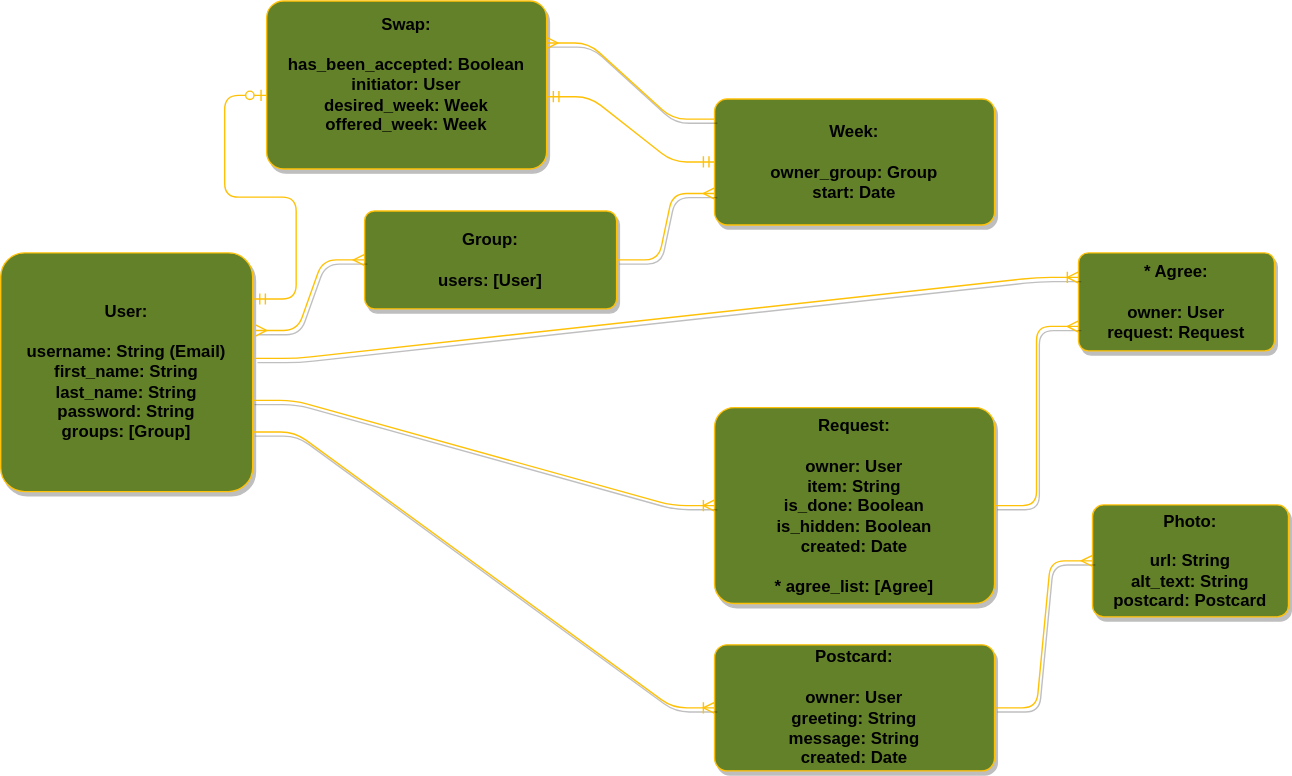
This is erd.svg from benhammondmusic/littlecabin, a draw.io export, as it was before one commit. Source tidied: cells renumbered, new cells last; positions are measured from the earlier drawing's top-left corner, leaving out a move shared by most shapes.
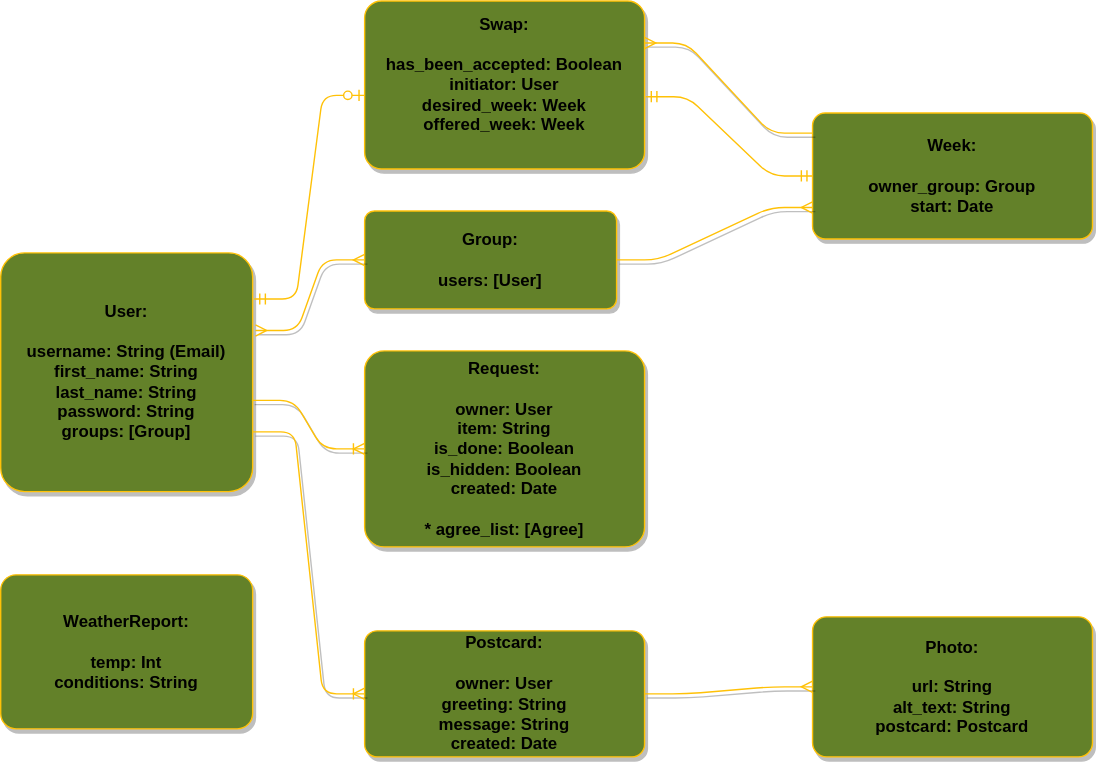
The same diagram one commit later.

What changed in the source:
```diff
@@ -6,13 +6,13 @@
       <mxGeometry y="180" width="180" height="170.5" as="geometry" />
     </mxCell>
     <mxCell id="3" value="&lt;b&gt;Week:&lt;br&gt;&lt;br&gt;owner_group: Group&amp;nbsp;&lt;br&gt;start: Date&lt;br&gt;&lt;/b&gt;" style="rounded=1;arcSize=10;whiteSpace=wrap;html=1;align=center;fillColor=#638129;strokeColor=#ffc107;shadow=1;" parent="1" vertex="1">
-      <mxGeometry x="510" y="70" width="200" height="90" as="geometry" />
+      <mxGeometry x="580" y="80" width="200" height="90" as="geometry" />
     </mxCell>
     <mxCell id="4" value="&lt;b&gt;Postcard:&lt;br&gt;&lt;br&gt;owner: User&lt;br&gt;greeting: String&lt;br&gt;message: String&lt;br&gt;created: Date&lt;/b&gt;" style="rounded=1;arcSize=10;whiteSpace=wrap;html=1;align=center;fillColor=#638129;strokeColor=#ffc107;shadow=1;" parent="1" vertex="1">
-      <mxGeometry x="510" y="460" width="200" height="90" as="geometry" />
+      <mxGeometry x="260" y="450" width="200" height="90" as="geometry" />
     </mxCell>
     <mxCell id="5" value="&lt;b&gt;Request:&lt;br&gt;&lt;br&gt;owner: User&lt;br&gt;item: String&lt;br&gt;is_done: Boolean&lt;br&gt;is_hidden: Boolean&lt;br&gt;created: Date&lt;br&gt;&lt;br&gt;* agree_list: [Agree]&lt;/b&gt;" style="rounded=1;arcSize=10;whiteSpace=wrap;html=1;align=center;fillColor=#638129;strokeColor=#ffc107;shadow=1;" parent="1" vertex="1">
-      <mxGeometry x="510" y="290.5" width="200" height="140" as="geometry" />
+      <mxGeometry x="260" y="250" width="200" height="140" as="geometry" />
     </mxCell>
     <mxCell id="6" style="edgeStyle=entityRelationEdgeStyle;fontSize=12;html=1;endArrow=ERoneToMany;exitX=0.997;exitY=0.618;exitDx=0;exitDy=0;entryX=0;entryY=0.5;entryDx=0;entryDy=0;fillColor=#638129;exitPerimeter=0;strokeColor=#ffc107;shadow=1;" parent="1" edge="1" source="2" target="5">
       <mxGeometry relative="1" as="geometry" />
@@ -20,18 +20,12 @@
     <mxCell id="7" style="edgeStyle=entityRelationEdgeStyle;fontSize=12;html=1;endArrow=ERoneToMany;entryX=0;entryY=0.5;entryDx=0;entryDy=0;exitX=1;exitY=0.75;exitDx=0;exitDy=0;fillColor=#638129;strokeColor=#ffc107;shadow=1;" parent="1" edge="1" source="2" target="4">
       <mxGeometry relative="1" as="geometry" />
     </mxCell>
-    <mxCell id="8" value="&lt;b&gt;* Agree:&lt;br&gt;&lt;br&gt;owner: User&lt;br&gt;request: Request&lt;/b&gt;" style="rounded=1;arcSize=10;whiteSpace=wrap;html=1;align=center;fillColor=#638129;strokeColor=#ffc107;shadow=1;" parent="1" vertex="1">
-      <mxGeometry x="770" y="180" width="140" height="70" as="geometry" />
+    <mxCell id="8" value="&lt;b&gt;WeatherReport:&lt;br&gt;&lt;br&gt;temp: Int&lt;br&gt;conditions: String&lt;/b&gt;" style="rounded=1;arcSize=10;whiteSpace=wrap;html=1;align=center;fillColor=#638129;strokeColor=#ffc107;shadow=1;" parent="1" vertex="1">
+      <mxGeometry y="410" width="180" height="110" as="geometry" />
     </mxCell>
-    <mxCell id="9" style="edgeStyle=entityRelationEdgeStyle;fontSize=12;html=1;endArrow=ERmany;entryX=0;entryY=0.75;entryDx=0;entryDy=0;exitX=1;exitY=0.5;exitDx=0;exitDy=0;fillColor=#638129;strokeColor=#ffc107;shadow=1;" parent="1" edge="1" source="5" target="8">
-      <mxGeometry relative="1" as="geometry" />
-    </mxCell>
     <mxCell id="10" value="&lt;b&gt;Photo:&lt;br&gt;&lt;br&gt;url: String&lt;br&gt;alt_text: String&lt;br&gt;&lt;/b&gt;&lt;b&gt;postcard: Postcard&lt;/b&gt;&lt;b&gt;&lt;br&gt;&lt;/b&gt;" style="rounded=1;arcSize=10;whiteSpace=wrap;html=1;align=center;fillColor=#638129;strokeColor=#ffc107;shadow=1;" parent="1" vertex="1">
-      <mxGeometry x="780" y="360" width="140" height="80" as="geometry" />
+      <mxGeometry x="580" y="440" width="200" height="100" as="geometry" />
     </mxCell>
-    <mxCell id="11" style="edgeStyle=entityRelationEdgeStyle;fontSize=12;html=1;endArrow=ERoneToMany;exitX=1.008;exitY=0.442;exitDx=0;exitDy=0;exitPerimeter=0;entryX=0;entryY=0.25;entryDx=0;entryDy=0;fillColor=#638129;strokeColor=#ffc107;shadow=1;" parent="1" edge="1" source="2" target="8">
-      <mxGeometry relative="1" as="geometry" />
-    </mxCell>
     <mxCell id="12" style="edgeStyle=entityRelationEdgeStyle;fontSize=12;html=1;endArrow=ERmany;entryX=0;entryY=0.5;entryDx=0;entryDy=0;fillColor=#638129;strokeColor=#ffc107;shadow=1;exitX=1;exitY=0.5;exitDx=0;exitDy=0;" parent="1" edge="1" source="4" target="10">
       <mxGeometry relative="1" as="geometry" />
     </mxCell>
@@ -45,7 +39,7 @@
       <mxGeometry relative="1" as="geometry" />
     </mxCell>
     <mxCell id="16" value="&lt;b&gt;Swap:&lt;br&gt;&lt;br&gt;has_been_accepted: Boolean&lt;br&gt;initiator: User&lt;br&gt;desired_week: Week&lt;br&gt;offered_week: Week&lt;br&gt;&lt;br&gt;&lt;/b&gt;" style="rounded=1;arcSize=10;whiteSpace=wrap;html=1;align=center;fillColor=#638129;strokeColor=#ffc107;shadow=1;" parent="1" vertex="1">
-      <mxGeometry x="190" width="200" height="120" as="geometry" />
+      <mxGeometry x="260" width="200" height="120" as="geometry" />
     </mxCell>
     <mxCell id="17" style="edgeStyle=entityRelationEdgeStyle;fontSize=12;html=1;endArrow=ERmandOne;startArrow=ERmandOne;exitX=1.004;exitY=0.57;exitDx=0;exitDy=0;entryX=0;entryY=0.5;entryDx=0;entryDy=0;exitPerimeter=0;strokeColor=#FFC107;" parent="1" edge="1" source="16" target="3">
       <mxGeometry relative="1" as="geometry" />
```
